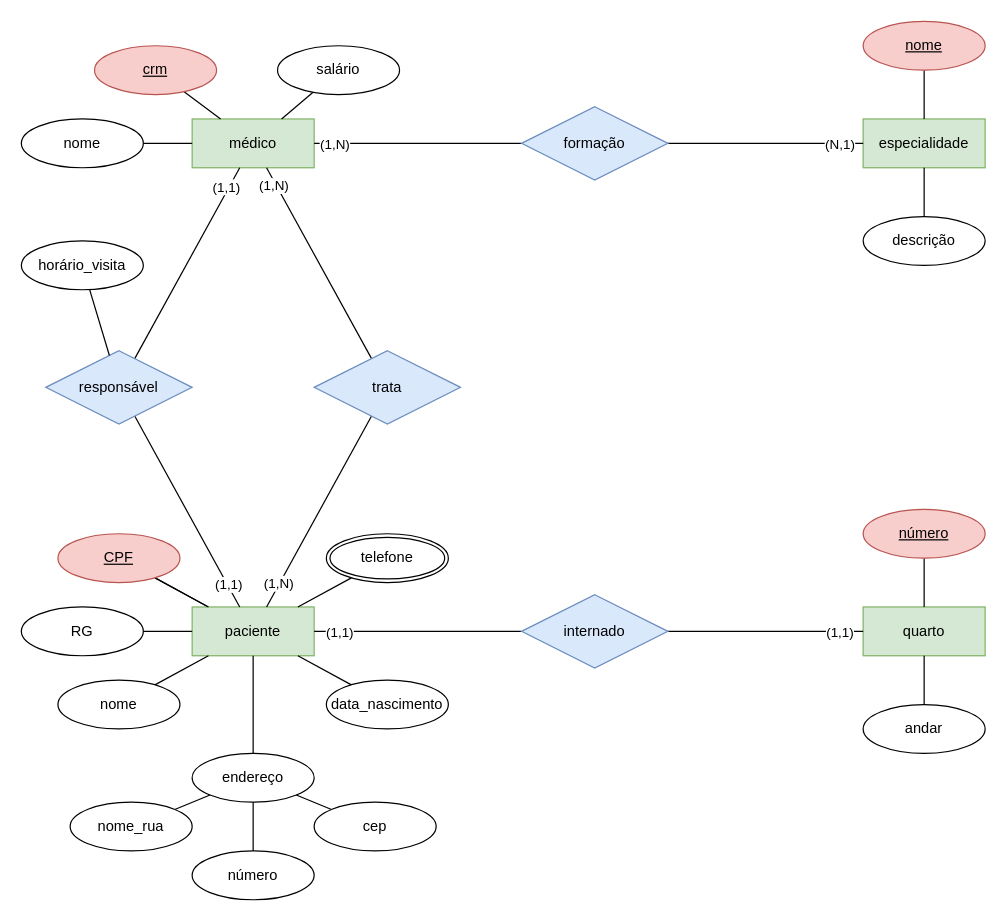
Earlier version of the draw.io diagram aula2-minimundo-clínica.drawio (AristoEinstein/db-fundamentals). Source tidied: cells renumbered, new cells numbered last; positions are measured from the earlier drawing's top-left corner, leaving out a move shared by most shapes. Both pictures are drawn from the tidied source at 122%, with x=0, y=0 at pixel (21, 21).
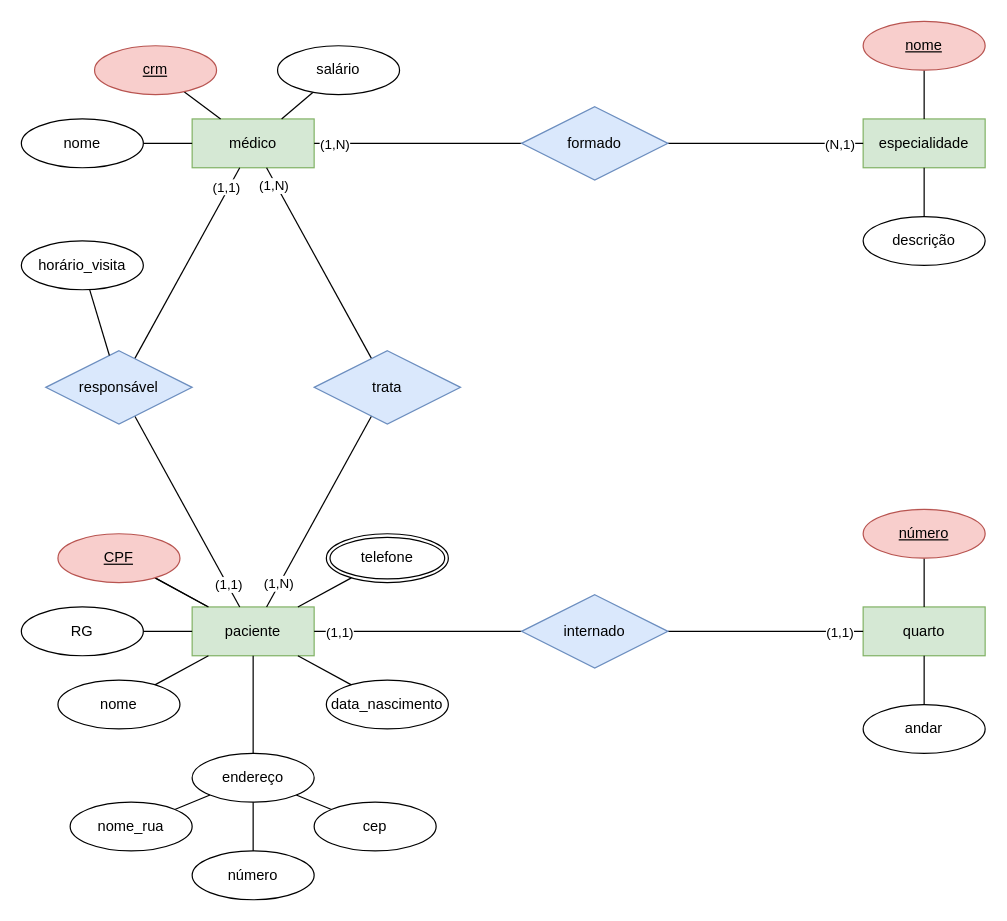
The same page after the edit.

What changed in the source:
```diff
@@
-    <mxCell id="33" value="formação" style="shape=rhombus;perimeter=rhombusPerimeter;whiteSpace=wrap;html=1;align=center;fillColor=#dae8fc;strokeColor=#6c8ebf;" parent="1" vertex="1">
+    <mxCell id="33" value="formado" style="shape=rhombus;perimeter=rhombusPerimeter;whiteSpace=wrap;html=1;align=center;fillColor=#dae8fc;strokeColor=#6c8ebf;" parent="1" vertex="1">
       <mxGeometry x="410" y="70" width="120" height="60" as="geometry" />
     </mxCell>
```
